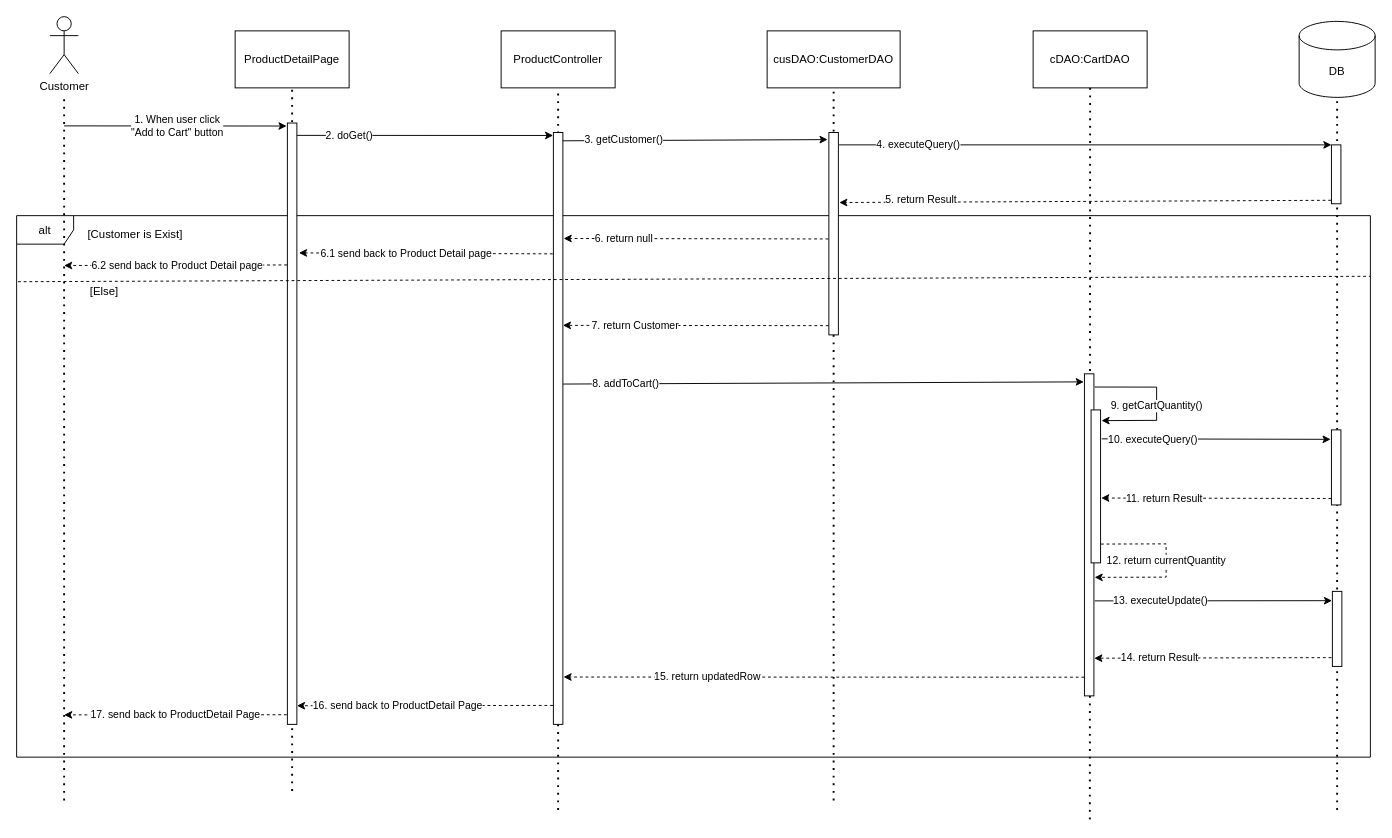
Before: document/SDS/3.Function_Add_To_Cart/Sequence_Diagram/Add_To_Cart_Sequence_Diagram.drawio in QuocZuong/perfume-store, a draw.io diagram. Source tidied: cells renumbered, new cells numbered last; positions are measured from the earlier drawing's top-left corner, leaving out a move shared by most shapes. Both pictures are drawn from the tidied source at 95%, with x=0, y=0 at pixel (16, 16).
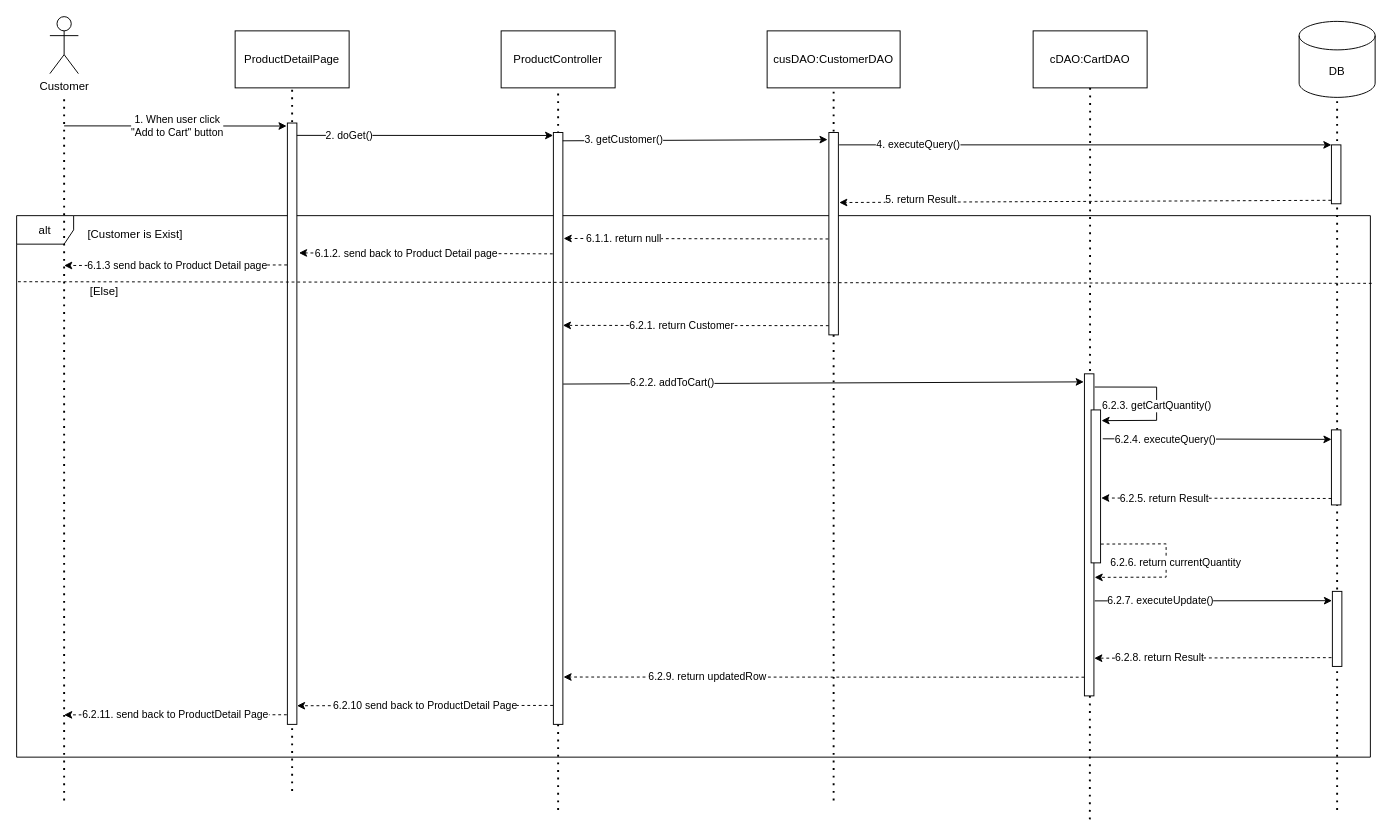
The same diagram, later.

Commit message (it also covers changes not shown here):
fix sequence diagram

Unchanged cells that the change refers to:
```xml
<mxCell id="2" value="alt" style="shape=umlFrame;whiteSpace=wrap;html=1;" parent="1" vertex="1">
  <mxGeometry y="209.5" width="1425" height="570" as="geometry" />
</mxCell>
<mxCell id="12" style="rounded=0;whiteSpace=wrap;html=1;" parent="1" vertex="1">
  <mxGeometry x="285" y="112" width="10" height="633" as="geometry" />
</mxCell>
<mxCell id="17" style="rounded=0;whiteSpace=wrap;html=1;" parent="1" vertex="1">
  <mxGeometry x="565" y="122" width="10" height="623" as="geometry" />
</mxCell>
<mxCell id="19" style="rounded=0;whiteSpace=wrap;html=1;" parent="1" vertex="1">
  <mxGeometry x="855" y="122" width="10" height="213" as="geometry" />
</mxCell>
<mxCell id="29" style="rounded=0;whiteSpace=wrap;html=1;" parent="1" vertex="1">
  <mxGeometry x="1124" y="376" width="10" height="339" as="geometry" />
</mxCell>
<mxCell id="30" style="rounded=0;whiteSpace=wrap;html=1;" parent="1" vertex="1">
  <mxGeometry x="1131" y="414" width="10" height="161" as="geometry" />
</mxCell>
<mxCell id="32" style="rounded=0;whiteSpace=wrap;html=1;" parent="1" vertex="1">
  <mxGeometry x="1384" y="435" width="10" height="79" as="geometry" />
</mxCell>
<mxCell id="37" style="rounded=0;whiteSpace=wrap;html=1;" parent="1" vertex="1">
  <mxGeometry x="1385" y="605" width="10" height="79" as="geometry" />
</mxCell>
```

Diff of the diagram source:
```diff
@@
-    <mxCell id="24" value="6. return null" style="endArrow=classic;html=1;exitX=-0.056;exitY=0.526;exitDx=0;exitDy=0;exitPerimeter=0;dashed=1;entryX=1.078;entryY=0.179;entryDx=0;entryDy=0;entryPerimeter=0;" parent="1" edge="1" source="19" target="17">
+    <mxCell id="24" value="6.1.1. return null" style="endArrow=classic;html=1;exitX=-0.056;exitY=0.526;exitDx=0;exitDy=0;exitPerimeter=0;dashed=1;entryX=1.078;entryY=0.179;entryDx=0;entryDy=0;entryPerimeter=0;" parent="1" edge="1" source="19" target="17">
       <mxGeometry x="0.54" relative="1" as="geometry" />
     </mxCell>
-    <mxCell id="25" value="6.1 send back to Product Detail page" style="endArrow=classic;html=1;exitX=-0.067;exitY=0.205;exitDx=0;exitDy=0;exitPerimeter=0;dashed=1;entryX=1.22;entryY=0.216;entryDx=0;entryDy=0;entryPerimeter=0;" parent="1" edge="1" source="17" target="12">
+    <mxCell id="25" value="6.1.2. send back to Product Detail page" style="endArrow=classic;html=1;exitX=-0.067;exitY=0.205;exitDx=0;exitDy=0;exitPerimeter=0;dashed=1;entryX=1.22;entryY=0.216;entryDx=0;entryDy=0;entryPerimeter=0;" parent="1" edge="1" source="17" target="12">
       <mxGeometry x="0.15" relative="1" as="geometry" />
     </mxCell>
-    <mxCell id="26" value="6.2 send back to Product Detail page" style="endArrow=classic;html=1;exitX=-0.033;exitY=0.236;exitDx=0;exitDy=0;exitPerimeter=0;dashed=1;" parent="1" edge="1" source="12">
+    <mxCell id="26" value="6.1.3 send back to Product Detail page" style="endArrow=classic;html=1;exitX=-0.033;exitY=0.236;exitDx=0;exitDy=0;exitPerimeter=0;dashed=1;" parent="1" edge="1" source="12">
       <mxGeometry x="-0.02" relative="1" as="geometry">
         <mxPoint x="50" y="262" as="targetPoint" />
         <mxPoint x="-1" as="offset" />
       </mxGeometry>
     </mxCell>
-    <mxCell id="27" value="7. return Customer" style="endArrow=classic;html=1;exitX=-0.02;exitY=0.423;exitDx=0;exitDy=0;exitPerimeter=0;dashed=1;entryX=1.005;entryY=0.73;entryDx=0;entryDy=0;entryPerimeter=0;" parent="1" edge="1">
-      <mxGeometry x="0.46" relative="1" as="geometry">
+    <mxCell id="27" value="6.2.1. return Customer" style="endArrow=classic;html=1;exitX=-0.02;exitY=0.423;exitDx=0;exitDy=0;exitPerimeter=0;dashed=1;entryX=1.005;entryY=0.73;entryDx=0;entryDy=0;entryPerimeter=0;" parent="1" edge="1">
+      <mxGeometry x="0.11" relative="1" as="geometry">
         <mxPoint x="854.8" y="325.3" as="sourcePoint" />
         <mxPoint x="575" y="325" as="targetPoint" />
       </mxGeometry>
     </mxCell>
-    <mxCell id="28" value="8. addToCart()" style="endArrow=classic;html=1;exitX=1.028;exitY=0.425;exitDx=0;exitDy=0;exitPerimeter=0;entryX=-0.067;entryY=0.025;entryDx=0;entryDy=0;entryPerimeter=0;" parent="1" edge="1" source="17" target="29">
-      <mxGeometry x="-0.76" relative="1" as="geometry" />
+    <mxCell id="28" value="6.2.2. addToCart()" style="endArrow=classic;html=1;exitX=1.028;exitY=0.425;exitDx=0;exitDy=0;exitPerimeter=0;entryX=-0.067;entryY=0.025;entryDx=0;entryDy=0;entryPerimeter=0;" parent="1" edge="1" source="17" target="29">
+      <mxGeometry x="-0.58" y="1" relative="1" as="geometry" />
     </mxCell>
@@
-    <mxCell id="31" value="9. getCartQuantity()" style="endArrow=classic;html=1;rounded=0;exitX=1.081;exitY=0.041;exitDx=0;exitDy=0;exitPerimeter=0;entryX=1.096;entryY=0.07;entryDx=0;entryDy=0;entryPerimeter=0;" parent="1" edge="1" source="29" target="30">
+    <mxCell id="31" value="6.2.3. getCartQuantity()" style="endArrow=classic;html=1;rounded=0;exitX=1.081;exitY=0.041;exitDx=0;exitDy=0;exitPerimeter=0;entryX=1.096;entryY=0.07;entryDx=0;entryDy=0;entryPerimeter=0;" parent="1" edge="1" source="29" target="30">
       <mxGeometry x="0.07" relative="1" as="geometry">
         <Array as="points">
           <mxPoint x="1200" y="390" />
           <mxPoint x="1200" y="425" />
         </Array>
       </mxGeometry>
     </mxCell>
@@
-    <mxCell id="33" value="10. executeQuery()" style="endArrow=classic;html=1;exitX=1.126;exitY=0.189;exitDx=0;exitDy=0;exitPerimeter=0;entryX=-0.085;entryY=0.126;entryDx=0;entryDy=0;entryPerimeter=0;" parent="1" edge="1" source="30" target="32">
-      <mxGeometry x="-0.55" relative="1" as="geometry" />
+    <mxCell id="33" value="6.2.4. executeQuery()" style="endArrow=classic;html=1;exitX=1.126;exitY=0.189;exitDx=0;exitDy=0;exitPerimeter=0;entryX=-0.085;entryY=0.126;entryDx=0;entryDy=0;entryPerimeter=0;" parent="1" edge="1">
+      <mxGeometry x="-0.45" relative="1" as="geometry">
+        <mxPoint x="1143.3" y="444.4" as="sourcePoint" />
+        <mxPoint x="1384.1" y="445" as="targetPoint" />
+      </mxGeometry>
     </mxCell>
-    <mxCell id="34" value="11. return Result" style="endArrow=classic;html=1;dashed=1;entryX=1.069;entryY=0.576;entryDx=0;entryDy=0;entryPerimeter=0;exitX=-0.005;exitY=0.914;exitDx=0;exitDy=0;exitPerimeter=0;" parent="1" edge="1" source="32" target="30">
+    <mxCell id="34" value="6.2.5. return Result" style="endArrow=classic;html=1;dashed=1;entryX=1.069;entryY=0.576;entryDx=0;entryDy=0;entryPerimeter=0;exitX=-0.005;exitY=0.914;exitDx=0;exitDy=0;exitPerimeter=0;" parent="1" edge="1" source="32" target="30">
       <mxGeometry x="0.45" relative="1" as="geometry" />
     </mxCell>
-    <mxCell id="35" value="12. return currentQuantity" style="endArrow=classic;html=1;rounded=0;dashed=1;exitX=1.039;exitY=0.877;exitDx=0;exitDy=0;exitPerimeter=0;entryX=1.073;entryY=0.632;entryDx=0;entryDy=0;entryPerimeter=0;" parent="1" edge="1" source="30" target="29">
-      <mxGeometry x="-0.03" relative="1" as="geometry">
+    <mxCell id="35" value="6.2.6. return currentQuantity" style="endArrow=classic;html=1;rounded=0;dashed=1;exitX=1.039;exitY=0.877;exitDx=0;exitDy=0;exitPerimeter=0;entryX=1.073;entryY=0.632;entryDx=0;entryDy=0;entryPerimeter=0;" parent="1" edge="1" source="30" target="29">
+      <mxGeometry x="-0.01" y="10" relative="1" as="geometry">
         <Array as="points">
           <mxPoint x="1210" y="555" />
           <mxPoint x="1210" y="590" />
         </Array>
       </mxGeometry>
     </mxCell>
-    <mxCell id="36" value="13. executeUpdate()" style="endArrow=classic;html=1;exitX=1.084;exitY=0.705;exitDx=0;exitDy=0;exitPerimeter=0;entryX=-0.039;entryY=0.124;entryDx=0;entryDy=0;entryPerimeter=0;" parent="1" edge="1" source="29" target="37">
+    <mxCell id="36" value="6.2.7. executeUpdate()" style="endArrow=classic;html=1;exitX=1.084;exitY=0.705;exitDx=0;exitDy=0;exitPerimeter=0;entryX=-0.039;entryY=0.124;entryDx=0;entryDy=0;entryPerimeter=0;" parent="1" edge="1" source="29" target="37">
       <mxGeometry x="-0.45" relative="1" as="geometry" />
     </mxCell>
@@
-    <mxCell id="38" value="14. return Result" style="endArrow=classic;html=1;dashed=1;exitX=-0.095;exitY=0.883;exitDx=0;exitDy=0;exitPerimeter=0;entryX=1.033;entryY=0.883;entryDx=0;entryDy=0;entryPerimeter=0;" parent="1" edge="1" source="37" target="29">
+    <mxCell id="38" value="6.2.8. return Result" style="endArrow=classic;html=1;dashed=1;exitX=-0.095;exitY=0.883;exitDx=0;exitDy=0;exitPerimeter=0;entryX=1.033;entryY=0.883;entryDx=0;entryDy=0;entryPerimeter=0;" parent="1" edge="1" source="37" target="29">
       <mxGeometry x="0.45" relative="1" as="geometry" />
     </mxCell>
-    <mxCell id="39" value="15. return updatedRow" style="endArrow=classic;html=1;dashed=1;exitX=-0.011;exitY=0.942;exitDx=0;exitDy=0;exitPerimeter=0;entryX=1.067;entryY=0.92;entryDx=0;entryDy=0;entryPerimeter=0;" parent="1" edge="1" source="29" target="17">
+    <mxCell id="39" value="6.2.9. return updatedRow" style="endArrow=classic;html=1;dashed=1;exitX=-0.011;exitY=0.942;exitDx=0;exitDy=0;exitPerimeter=0;entryX=1.067;entryY=0.92;entryDx=0;entryDy=0;entryPerimeter=0;" parent="1" edge="1" source="29" target="17">
       <mxGeometry x="0.45" relative="1" as="geometry" />
     </mxCell>
-    <mxCell id="40" value="16. send back to ProductDetail Page" style="endArrow=classic;html=1;dashed=1;exitX=-0.038;exitY=0.968;exitDx=0;exitDy=0;exitPerimeter=0;entryX=1.012;entryY=0.969;entryDx=0;entryDy=0;entryPerimeter=0;" parent="1" edge="1" source="17" target="12">
-      <mxGeometry x="0.22" relative="1" as="geometry" />
+    <mxCell id="40" value="6.2.10 send back to ProductDetail Page" style="endArrow=classic;html=1;dashed=1;exitX=-0.038;exitY=0.968;exitDx=0;exitDy=0;exitPerimeter=0;entryX=1.012;entryY=0.969;entryDx=0;entryDy=0;entryPerimeter=0;" parent="1" edge="1" source="17" target="12">
+      <mxGeometry relative="1" as="geometry" />
     </mxCell>
-    <mxCell id="41" value="17. send back to ProductDetail Page" style="endArrow=classic;html=1;dashed=1;exitX=-0.062;exitY=0.984;exitDx=0;exitDy=0;exitPerimeter=0;" parent="1" edge="1" source="12">
+    <mxCell id="41" value="6.2.11. send back to ProductDetail Page" style="endArrow=classic;html=1;dashed=1;exitX=-0.062;exitY=0.984;exitDx=0;exitDy=0;exitPerimeter=0;" parent="1" edge="1" source="12">
       <mxGeometry relative="1" as="geometry">
         <mxPoint x="50" y="735" as="targetPoint" />
       </mxGeometry>
     </mxCell>
@@
-    <mxCell id="44" style="endArrow=none;dashed=1;html=1;rounded=0;exitX=0.001;exitY=0.122;exitDx=0;exitDy=0;exitPerimeter=0;entryX=1;entryY=0.112;entryDx=0;entryDy=0;entryPerimeter=0;" parent="1" edge="1" source="2" target="2">
+    <mxCell id="44" style="endArrow=none;dashed=1;html=1;rounded=0;exitX=0.001;exitY=0.122;exitDx=0;exitDy=0;exitPerimeter=0;entryX=1.001;entryY=0.125;entryDx=0;entryDy=0;entryPerimeter=0;" parent="1" edge="1" source="2" target="2">
       <mxGeometry relative="1" as="geometry" />
     </mxCell>
```
